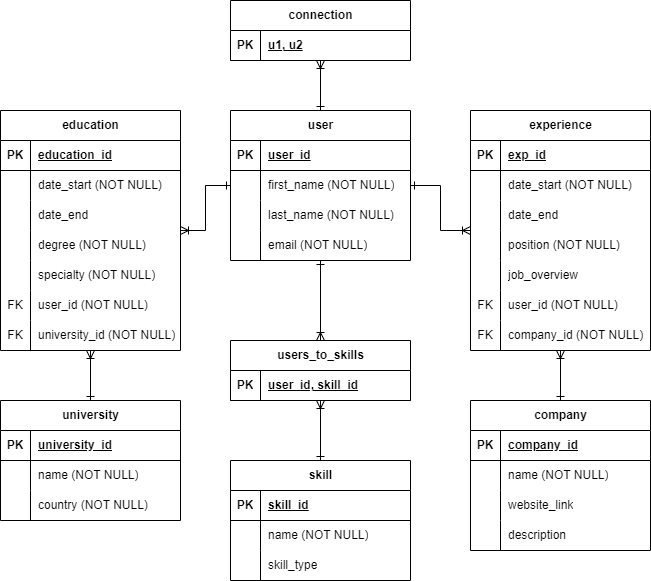
Above: lab1/tables.png in r1pth3sl1t/kpi_databases (draw.io), before the change. Source tidied: cells renumbered, new cells last; positions are measured from the earlier drawing's top-left corner, leaving out a move shared by most shapes.
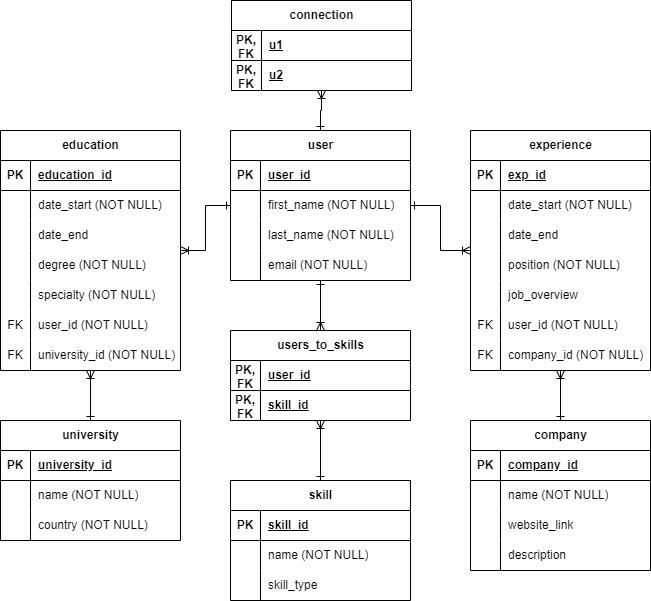
After the change.

Commit message:
Fix database schema and update report

Diff of the diagram source:
```diff
@@ -276,29 +276,47 @@
       <mxGeometry x="30" width="150" height="30" as="geometry" />
     </mxCell>
     <mxCell id="93" value="connection" style="shape=table;startSize=30;rowLines=0;fontStyle=1;align=center;html=1;" parent="1" vertex="1">
-      <mxGeometry x="230" width="180" height="60" as="geometry" />
+      <mxGeometry x="231" y="-20" width="180" height="90" as="geometry" />
     </mxCell>
     <mxCell id="94" style="shape=tableRow;horizontal=0;startSize=0;swimlaneHead=0;swimlaneBody=0;fillColor=none;top=0;left=0;right=0;bottom=1;" parent="93" vertex="1">
       <mxGeometry y="30" width="180" height="30" as="geometry" />
     </mxCell>
-    <mxCell id="95" value="PK" style="shape=partialRectangle;fillColor=none;top=0;left=0;bottom=0;right=0;fontStyle=1;overflow=hidden;whiteSpace=wrap;html=1;" parent="94" vertex="1">
+    <mxCell id="95" value="PK, FK" style="shape=partialRectangle;fillColor=none;top=0;left=0;bottom=0;right=0;fontStyle=1;overflow=hidden;whiteSpace=wrap;html=1;" parent="94" vertex="1">
       <mxGeometry width="30" height="30" as="geometry" />
     </mxCell>
-    <mxCell id="96" value="u1, u2" style="shape=partialRectangle;fillColor=none;top=0;left=0;bottom=0;right=0;align=left;spacingLeft=6;fontStyle=5;overflow=hidden;whiteSpace=wrap;html=1;" parent="94" vertex="1">
+    <mxCell id="96" value="u1" style="shape=partialRectangle;fillColor=none;top=0;left=0;bottom=0;right=0;align=left;spacingLeft=6;fontStyle=5;overflow=hidden;whiteSpace=wrap;html=1;" parent="94" vertex="1">
       <mxGeometry x="30" width="150" height="30" as="geometry" />
     </mxCell>
+    <mxCell id="107" style="shape=tableRow;horizontal=0;startSize=0;swimlaneHead=0;swimlaneBody=0;fillColor=none;top=0;left=0;right=0;bottom=1;" parent="93" vertex="1">
+      <mxGeometry y="60" width="180" height="30" as="geometry" />
+    </mxCell>
+    <mxCell id="108" value="PK, FK" style="shape=partialRectangle;fillColor=none;top=0;left=0;bottom=0;right=0;fontStyle=1;overflow=hidden;whiteSpace=wrap;html=1;" parent="107" vertex="1">
+      <mxGeometry width="30" height="30" as="geometry" />
+    </mxCell>
+    <mxCell id="109" value="u2" style="shape=partialRectangle;fillColor=none;top=0;left=0;bottom=0;right=0;align=left;spacingLeft=6;fontStyle=5;overflow=hidden;whiteSpace=wrap;html=1;" parent="107" vertex="1">
+      <mxGeometry x="30" width="150" height="30" as="geometry" />
+    </mxCell>
     <mxCell id="97" value="users_to_skills" style="shape=table;startSize=30;rowLines=0;fontStyle=1;align=center;html=1;" parent="1" vertex="1">
-      <mxGeometry x="230" y="340" width="180" height="60" as="geometry" />
+      <mxGeometry x="230" y="310" width="180" height="90" as="geometry" />
     </mxCell>
     <mxCell id="98" style="shape=tableRow;horizontal=0;startSize=0;swimlaneHead=0;swimlaneBody=0;fillColor=none;top=0;left=0;right=0;bottom=1;" parent="97" vertex="1">
       <mxGeometry y="30" width="180" height="30" as="geometry" />
     </mxCell>
-    <mxCell id="99" value="PK" style="shape=partialRectangle;fillColor=none;top=0;left=0;bottom=0;right=0;fontStyle=1;overflow=hidden;whiteSpace=wrap;html=1;" parent="98" vertex="1">
+    <mxCell id="99" value="PK, FK" style="shape=partialRectangle;fillColor=none;top=0;left=0;bottom=0;right=0;fontStyle=1;overflow=hidden;whiteSpace=wrap;html=1;" parent="98" vertex="1">
       <mxGeometry width="30" height="30" as="geometry" />
     </mxCell>
-    <mxCell id="100" value="user_id, skill_id" style="shape=partialRectangle;fillColor=none;top=0;left=0;bottom=0;right=0;align=left;spacingLeft=6;fontStyle=5;overflow=hidden;whiteSpace=wrap;html=1;" parent="98" vertex="1">
+    <mxCell id="100" value="user_id" style="shape=partialRectangle;fillColor=none;top=0;left=0;bottom=0;right=0;align=left;spacingLeft=6;fontStyle=5;overflow=hidden;whiteSpace=wrap;html=1;" parent="98" vertex="1">
       <mxGeometry x="30" width="150" height="30" as="geometry" />
     </mxCell>
+    <mxCell id="110" style="shape=tableRow;horizontal=0;startSize=0;swimlaneHead=0;swimlaneBody=0;fillColor=none;top=0;left=0;right=0;bottom=1;" parent="97" vertex="1">
+      <mxGeometry y="60" width="180" height="30" as="geometry" />
+    </mxCell>
+    <mxCell id="111" value="PK, FK" style="shape=partialRectangle;fillColor=none;top=0;left=0;bottom=0;right=0;fontStyle=1;overflow=hidden;whiteSpace=wrap;html=1;" parent="110" vertex="1">
+      <mxGeometry width="30" height="30" as="geometry" />
+    </mxCell>
+    <mxCell id="112" value="skill_id" style="shape=partialRectangle;fillColor=none;top=0;left=0;bottom=0;right=0;align=left;spacingLeft=6;fontStyle=5;overflow=hidden;whiteSpace=wrap;html=1;" parent="110" vertex="1">
+      <mxGeometry x="30" width="150" height="30" as="geometry" />
+    </mxCell>
     <mxCell id="101" style="edgeStyle=orthogonalEdgeStyle;rounded=0;jettySize=auto;html=1;endArrow=ERoneToMany;endFill=0;startArrow=ERone;startFill=0;" parent="1" edge="1" source="2" target="49">
       <mxGeometry relative="1" as="geometry" />
     </mxCell>
```
